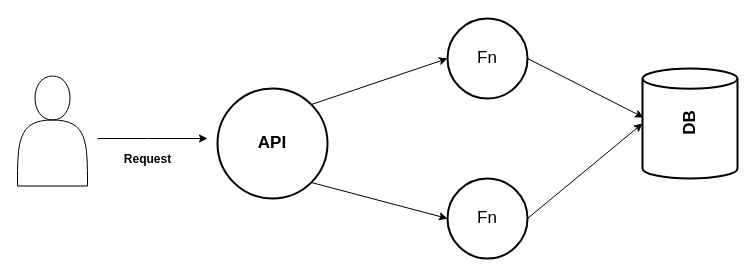
This is Serverless-Basic.drawio from ChanghwanK/diagram-store, a draw.io file, before an edit. Source tidied: cells renumbered, new cells numbered last; positions are measured from the earlier drawing's top-left corner, leaving out a move shared by most shapes. Both pictures are drawn from the tidied source at 100%, with x=0, y=0 at pixel (17, 18).
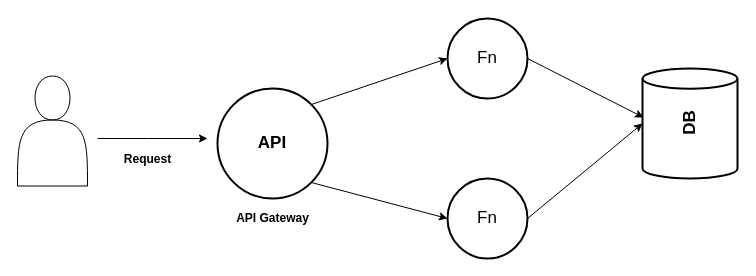
Above is the later version.

The edit, as a diff of the source:
```diff
@@
 <mxGraphModel>
   <root>
     <mxCell id="0" />
     <mxCell id="1" parent="0" />
     <mxCell id="2" style="shape=actor;whiteSpace=wrap;html=1;" parent="1" vertex="1">
       <mxGeometry y="57.5" width="70" height="110" as="geometry" />
     </mxCell>
     <mxCell id="3" style="rounded=0;jettySize=auto;html=1;exitX=0.855;exitY=0.145;exitDx=0;exitDy=0;exitPerimeter=0;entryX=0;entryY=0.5;entryDx=0;entryDy=0;entryPerimeter=0;fontSize=17;" parent="1" edge="1" source="5" target="7">
       <mxGeometry relative="1" as="geometry" />
     </mxCell>
     <mxCell id="4" style="edgeStyle=none;rounded=0;jettySize=auto;html=1;exitX=0.855;exitY=0.855;exitDx=0;exitDy=0;exitPerimeter=0;entryX=0;entryY=0.5;entryDx=0;entryDy=0;entryPerimeter=0;fontSize=17;" parent="1" edge="1" source="5" target="9">
       <mxGeometry relative="1" as="geometry" />
     </mxCell>
     <mxCell id="5" value="&lt;b&gt;API&lt;/b&gt;" style="strokeWidth=2;html=1;shape=mxgraph.flowchart.start_2;whiteSpace=wrap;fontSize=17;" parent="1" vertex="1">
       <mxGeometry x="200" y="70" width="110" height="110" as="geometry" />
     </mxCell>
     <mxCell id="6" style="edgeStyle=none;rounded=0;jettySize=auto;html=1;exitX=1;exitY=0.5;exitDx=0;exitDy=0;exitPerimeter=0;fontSize=17;entryX=0.555;entryY=0.011;entryDx=0;entryDy=0;entryPerimeter=0;" parent="1" edge="1" source="7" target="10">
       <mxGeometry relative="1" as="geometry" />
     </mxCell>
     <mxCell id="7" value="Fn" style="strokeWidth=2;html=1;shape=mxgraph.flowchart.start_2;whiteSpace=wrap;fontSize=17;" parent="1" vertex="1">
       <mxGeometry x="430" width="80" height="80" as="geometry" />
     </mxCell>
     <mxCell id="8" style="edgeStyle=none;rounded=0;jettySize=auto;html=1;entryX=0.5;entryY=0;entryDx=0;entryDy=0;entryPerimeter=0;fontSize=17;exitX=1;exitY=0.5;exitDx=0;exitDy=0;exitPerimeter=0;" parent="1" edge="1" source="9" target="10">
       <mxGeometry relative="1" as="geometry" />
     </mxCell>
     <mxCell id="9" value="Fn" style="strokeWidth=2;html=1;shape=mxgraph.flowchart.start_2;whiteSpace=wrap;fontSize=17;" parent="1" vertex="1">
       <mxGeometry x="430" y="160" width="80" height="80" as="geometry" />
     </mxCell>
     <mxCell id="10" value="&lt;b&gt;DB&lt;/b&gt;" style="strokeWidth=2;html=1;shape=mxgraph.flowchart.direct_data;whiteSpace=wrap;fontSize=17;rotation=-90;" parent="1" vertex="1">
       <mxGeometry x="617.5" y="57.5" width="110" height="95" as="geometry" />
     </mxCell>
     <mxCell id="11" style="endArrow=classic;html=1;rounded=0;fontSize=17;" parent="1" edge="1">
       <mxGeometry relative="1" as="geometry">
         <mxPoint x="80" y="120" as="sourcePoint" />
         <mxPoint x="190" y="120" as="targetPoint" />
         <Array as="points">
           <mxPoint x="130" y="120" />
         </Array>
       </mxGeometry>
     </mxCell>
     <mxCell id="12" value="&lt;font style=&quot;font-size: 12px;&quot;&gt;&lt;b&gt;Request&lt;/b&gt;&lt;/font&gt;" style="text;html=1;align=center;verticalAlign=middle;strokeColor=none;fillColor=none;fontSize=17;" parent="1" vertex="1">
       <mxGeometry x="95" y="125" width="70" height="30" as="geometry" />
     </mxCell>
+    <mxCell id="13" value="&lt;b&gt;API Gateway&lt;/b&gt;" style="text;html=1;align=center;verticalAlign=middle;strokeColor=none;fillColor=none;" parent="1" vertex="1">
+      <mxGeometry x="205" y="185" width="100" height="30" as="geometry" />
+    </mxCell>
   </root>
 </mxGraphModel>
```
